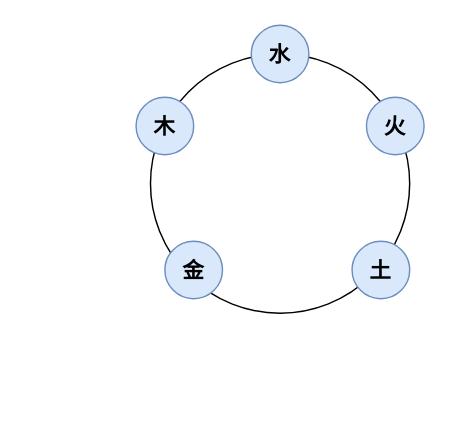
328507133/chart keeps this draw.io diagram as 易医玄门基础理论/五行/五行生克图.drawio. Above is the earlier version. Source tidied: cells renumbered, new cells numbered last; positions are measured from the earlier drawing's top-left corner, leaving out a move shared by most shapes. Both pictures are drawn from the tidied source at 144%, with x=0, y=0 at pixel (135, 24).
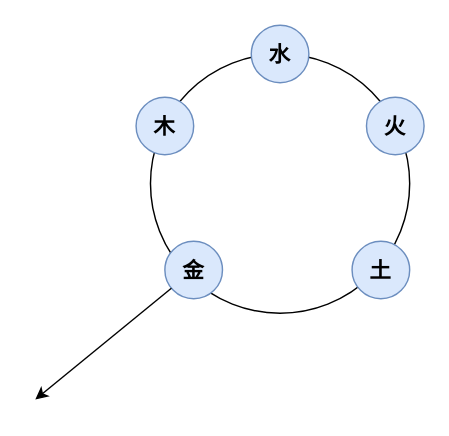
After the change.

Commit message (it also covers changes not shown here):
更新五行生克图.drawio

Diff of the diagram source:
```diff
@@
 <mxGraphModel>
   <root>
     <mxCell id="0" />
     <mxCell id="1" parent="0" />
     <mxCell id="2" style="ellipse;whiteSpace=wrap;html=1;" parent="1" vertex="1">
       <mxGeometry x="10" y="20" width="180" height="180" as="geometry" />
     </mxCell>
     <mxCell id="3" value="火" style="ellipse;whiteSpace=wrap;html=1;fontSize=15;fillColor=#dae8fc;strokeColor=#6c8ebf;fontStyle=1;" parent="1" vertex="1">
       <mxGeometry x="160" y="50" width="40" height="40" as="geometry" />
     </mxCell>
     <mxCell id="4" value="木" style="ellipse;whiteSpace=wrap;html=1;fontSize=15;fillColor=#dae8fc;strokeColor=#6c8ebf;fontStyle=1;" parent="1" vertex="1">
       <mxGeometry y="50" width="40" height="40" as="geometry" />
     </mxCell>
     <mxCell id="5" value="水" style="ellipse;whiteSpace=wrap;html=1;fontSize=15;fillColor=#dae8fc;strokeColor=#6c8ebf;fontStyle=1;" parent="1" vertex="1">
       <mxGeometry x="80" width="40" height="40" as="geometry" />
     </mxCell>
     <mxCell id="6" value="金" style="ellipse;whiteSpace=wrap;html=1;fontSize=15;fillColor=#dae8fc;strokeColor=#6c8ebf;fontStyle=1;" parent="1" vertex="1">
       <mxGeometry x="20" y="150" width="40" height="40" as="geometry" />
     </mxCell>
     <mxCell id="7" value="土" style="ellipse;whiteSpace=wrap;html=1;fontSize=15;fillColor=#dae8fc;strokeColor=#6c8ebf;fontStyle=1;" parent="1" vertex="1">
       <mxGeometry x="150" y="150" width="40" height="40" as="geometry" />
     </mxCell>
+    <mxCell id="8" style="endArrow=classic;html=1;rounded=0;" parent="1" edge="1" source="6">
+      <mxGeometry relative="1" as="geometry">
+        <mxPoint x="-70" y="260" as="targetPoint" />
+      </mxGeometry>
+    </mxCell>
   </root>
 </mxGraphModel>
```
